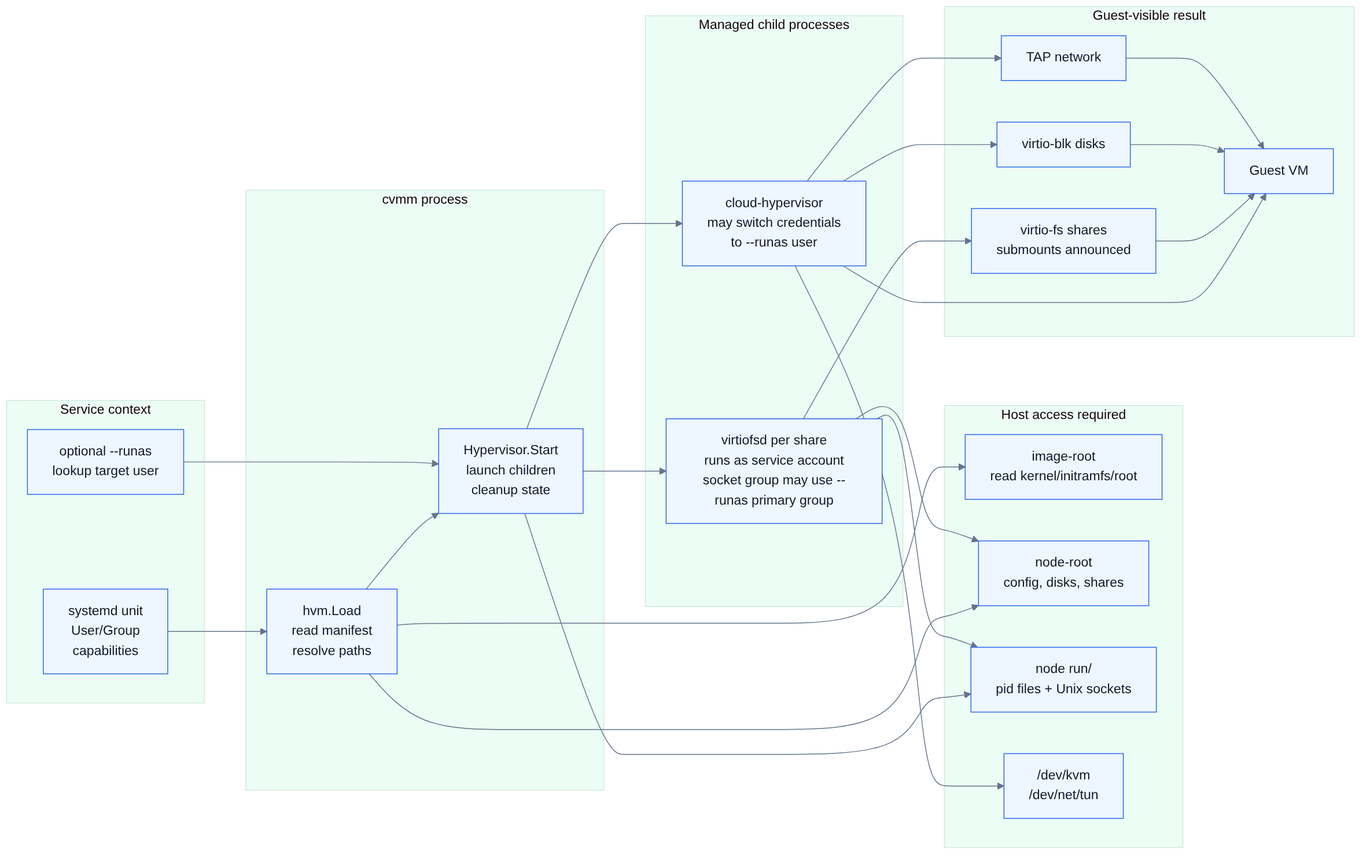
spi-ca/cvmm keeps this Mermaid diagram as docs/diagrams/runtime-permissions.png. Above is the earlier version. Its source is kept beside it as docs/diagrams/runtime-permissions.mmd. Source of this version:
```mermaid
flowchart LR
    subgraph svc["Service context"]
        systemd["systemd unit\nUser/Group\ncapabilities"]
        runas["optional --runas\nlookup target user"]
    end

    subgraph cvmm["cvmm process"]
        load["hvm.Load\nread manifest\nresolve paths"]
        start["Hypervisor.Start\nlaunch children\ncleanup state"]
    end

    subgraph host["Host access required"]
        image["image-root\nread kernel/initramfs/root"]
        node["node-root\nconfig, disks, shares"]
        run["node run/\npid files + Unix sockets"]
        devices["/dev/kvm\n/dev/net/tun"]
    end

    subgraph children["Managed child processes"]
        ch["cloud-hypervisor\nmay switch credentials\nto --runas user"]
        vfs["virtiofsd per share\nruns as service account\nsocket group may use --runas primary group"]
    end

    subgraph guest["Guest-visible result"]
        vm["Guest VM"]
        block["virtio-blk disks"]
        fs["virtio-fs shares\nsubmounts announced"]
        net["TAP network"]
    end

    systemd --> load --> start
    runas --> start
    load --> image
    load --> node
    start --> run
    start --> ch
    start --> vfs
    ch --> devices
    ch --> vm
    ch --> block
    ch --> net
    vfs --> node
    vfs --> run
    vfs --> fs
    fs --> vm
    block --> vm
    net --> vm
```
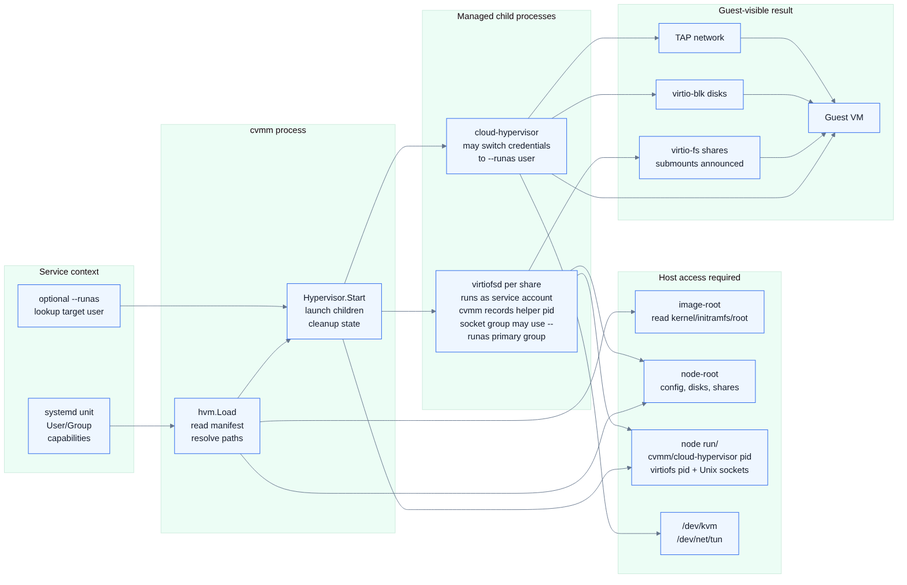
After the change.

The edit, as a diff of the source:
```diff
@@ -12,13 +12,13 @@
     subgraph host["Host access required"]
         image["image-root\nread kernel/initramfs/root"]
         node["node-root\nconfig, disks, shares"]
-        run["node run/\npid files + Unix sockets"]
+        run["node run/\ncvmm/cloud-hypervisor pid\nvirtiofs pid + Unix sockets"]
         devices["/dev/kvm\n/dev/net/tun"]
     end
 
     subgraph children["Managed child processes"]
         ch["cloud-hypervisor\nmay switch credentials\nto --runas user"]
-        vfs["virtiofsd per share\nruns as service account\nsocket group may use --runas primary group"]
+        vfs["virtiofsd per share\nruns as service account\ncvmm records helper pid\nsocket group may use --runas primary group"]
     end
 
     subgraph guest["Guest-visible result"]
```
